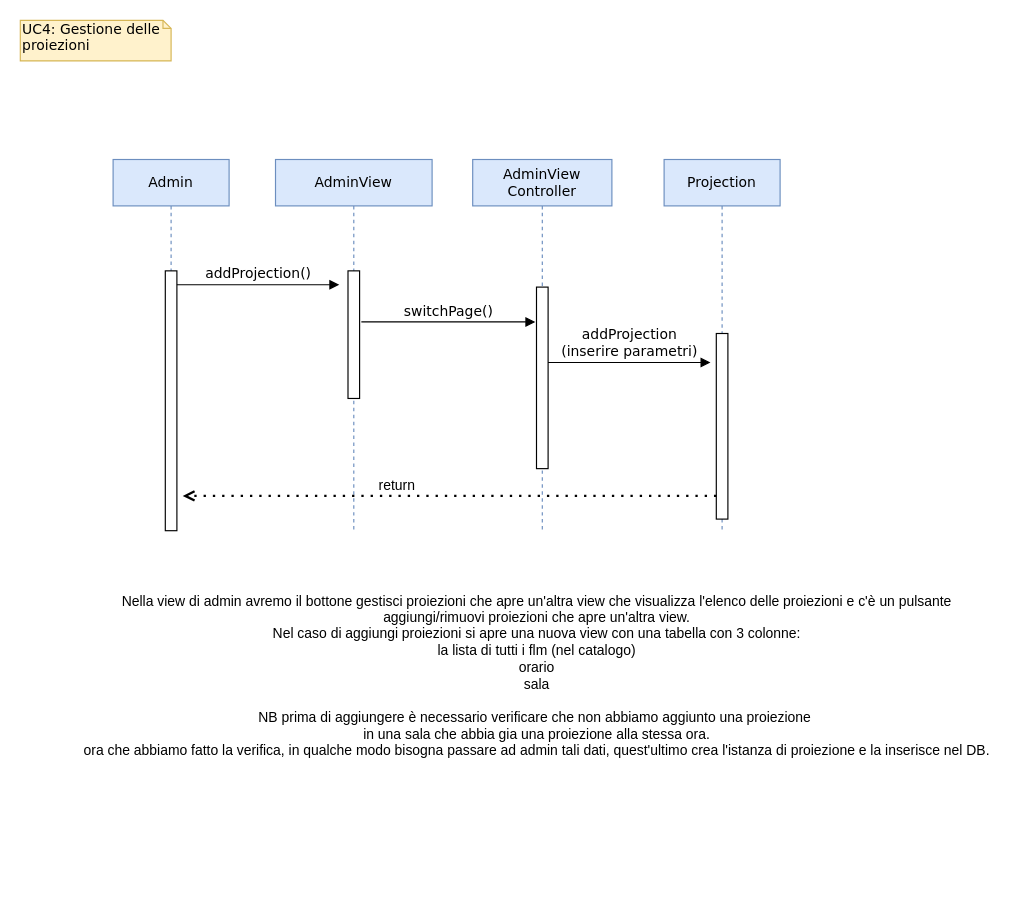
IngSW-unipv/Progetto-C24 keeps this draw.io diagram as Project Documentation/08. Diagramma di sequenza gestione proiezioni.drawio. Above is the earlier version. Source tidied: cells renumbered, new cells numbered last; positions are measured from the earlier drawing's top-left corner, leaving out a move shared by most shapes. Both pictures are drawn from the tidied source at 116%, with x=0, y=0 at pixel (20, 20).
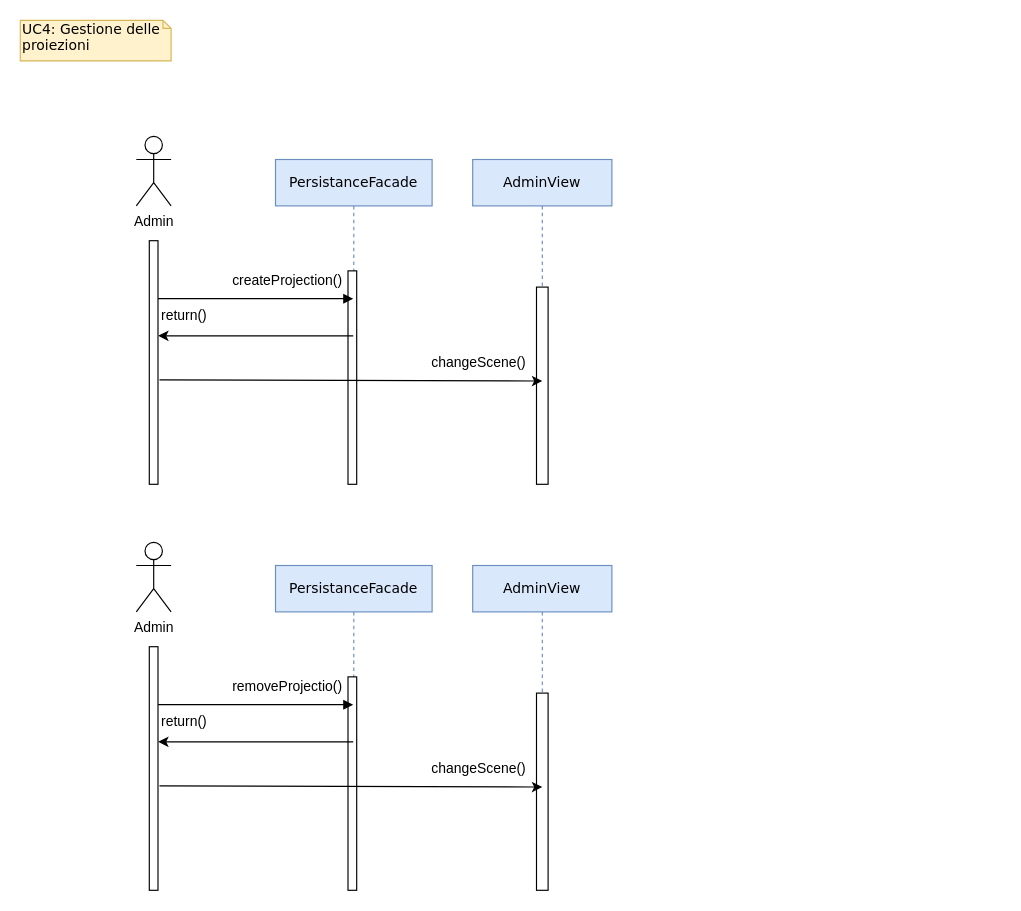
Above is the later version.

The edit, as a diff of the source:
```diff
@@
-    <mxCell id="2" value="AdminView" style="shape=umlLifeline;perimeter=lifelinePerimeter;whiteSpace=wrap;html=1;outlineConnect=0;rounded=0;shadow=0;comic=0;labelBackgroundColor=none;strokeWidth=1;fontFamily=Verdana;fontSize=12;align=center;fillColor=#dae8fc;strokeColor=#6c8ebf;" parent="1" vertex="1">
-      <mxGeometry x="220" y="120" width="135" height="320" as="geometry" />
+    <mxCell id="2" value="PersistanceFacade" style="shape=umlLifeline;perimeter=lifelinePerimeter;whiteSpace=wrap;html=1;outlineConnect=0;rounded=0;shadow=0;comic=0;labelBackgroundColor=none;strokeWidth=1;fontFamily=Verdana;fontSize=12;align=center;fillColor=#dae8fc;strokeColor=#6c8ebf;" parent="1" vertex="1">
+      <mxGeometry x="220" y="120" width="135" height="280" as="geometry" />
     </mxCell>
     <mxCell id="3" style="html=1;perimeter=orthogonalPerimeter;rounded=0;shadow=0;comic=0;labelBackgroundColor=none;strokeWidth=1;fontFamily=Verdana;fontSize=12;align=center;" parent="2" vertex="1">
-      <mxGeometry x="62.5" y="96" width="10" height="110" as="geometry" />
+      <mxGeometry x="62.5" y="96" width="7.5" height="184" as="geometry" />
     </mxCell>
-    <mxCell id="4" value="return" style="text;html=1;strokeColor=none;fillColor=none;align=center;verticalAlign=middle;whiteSpace=wrap;rounded=0;" parent="2" vertex="1">
-      <mxGeometry x="75" y="266" width="60" height="30" as="geometry" />
-    </mxCell>
-    <mxCell id="5" value="Admin" style="shape=umlLifeline;perimeter=lifelinePerimeter;whiteSpace=wrap;html=1;rounded=0;shadow=0;comic=0;labelBackgroundColor=none;strokeWidth=1;fontFamily=Verdana;fontSize=12;align=center;glass=0;fillColor=#dae8fc;strokeColor=#6c8ebf;" parent="1" vertex="1">
-      <mxGeometry x="80" y="120" width="100" height="320" as="geometry" />
-    </mxCell>
-    <mxCell id="6" style="html=1;perimeter=orthogonalPerimeter;rounded=0;shadow=0;comic=0;labelBackgroundColor=none;strokeWidth=1;fontFamily=Verdana;fontSize=12;align=center;" parent="5" vertex="1">
-      <mxGeometry x="45" y="96" width="10" height="224" as="geometry" />
-    </mxCell>
-    <mxCell id="7" value="addProjection()" style="html=1;verticalAlign=bottom;endArrow=block;entryX=0;entryY=0;labelBackgroundColor=none;fontFamily=Verdana;fontSize=12;edgeStyle=elbowEdgeStyle;elbow=vertical;" parent="1" edge="1">
-      <mxGeometry relative="1" as="geometry">
-        <mxPoint x="135" y="228" as="sourcePoint" />
-        <mxPoint x="275" y="228" as="targetPoint" />
-      </mxGeometry>
-    </mxCell>
@@
-    <mxCell id="9" value="AdminView&lt;br&gt;Controller" style="shape=umlLifeline;perimeter=lifelinePerimeter;whiteSpace=wrap;html=1;rounded=0;shadow=0;comic=0;labelBackgroundColor=none;strokeWidth=1;fontFamily=Verdana;fontSize=12;align=center;fillColor=#dae8fc;strokeColor=#6c8ebf;" parent="1" vertex="1">
-      <mxGeometry x="390" y="120" width="120" height="320" as="geometry" />
+    <mxCell id="9" value="AdminView" style="shape=umlLifeline;perimeter=lifelinePerimeter;whiteSpace=wrap;html=1;rounded=0;shadow=0;comic=0;labelBackgroundColor=none;strokeWidth=1;fontFamily=Verdana;fontSize=12;align=center;fillColor=#dae8fc;strokeColor=#6c8ebf;" parent="1" vertex="1">
+      <mxGeometry x="390" y="120" width="120" height="280" as="geometry" />
     </mxCell>
     <mxCell id="10" style="html=1;perimeter=orthogonalPerimeter;rounded=0;shadow=0;comic=0;labelBackgroundColor=none;strokeWidth=1;fontFamily=Verdana;fontSize=12;align=center;" parent="9" vertex="1">
-      <mxGeometry x="55" y="110" width="10" height="156.5" as="geometry" />
+      <mxGeometry x="55" y="110" width="10" height="170" as="geometry" />
     </mxCell>
-    <mxCell id="11" value="switchPage()" style="html=1;verticalAlign=bottom;endArrow=block;labelBackgroundColor=none;fontFamily=Verdana;fontSize=12;edgeStyle=elbowEdgeStyle;elbow=vertical;" parent="1" edge="1">
-      <mxGeometry relative="1" as="geometry">
-        <mxPoint x="294" y="260" as="sourcePoint" />
-        <mxPoint x="444" y="260" as="targetPoint" />
-      </mxGeometry>
-    </mxCell>
-    <mxCell id="12" value="Projection" style="shape=umlLifeline;perimeter=lifelinePerimeter;whiteSpace=wrap;html=1;rounded=0;shadow=0;comic=0;labelBackgroundColor=none;strokeWidth=1;fontFamily=Verdana;fontSize=12;align=center;fillColor=#dae8fc;strokeColor=#6c8ebf;" parent="1" vertex="1">
-      <mxGeometry x="555" y="120" width="100" height="320" as="geometry" />
-    </mxCell>
-    <mxCell id="13" style="html=1;perimeter=orthogonalPerimeter;rounded=0;shadow=0;comic=0;labelBackgroundColor=none;strokeWidth=1;fontFamily=Verdana;fontSize=12;align=center;" parent="12" vertex="1">
-      <mxGeometry x="45" y="150" width="10" height="160" as="geometry" />
-    </mxCell>
-    <mxCell id="14" style="endArrow=open;dashed=1;html=1;dashPattern=1 3;strokeWidth=2;rounded=0;endFill=0;" parent="12" edge="1">
-      <mxGeometry relative="1" as="geometry">
-        <mxPoint x="45" y="290" as="sourcePoint" />
-        <mxPoint x="-415" y="290" as="targetPoint" />
-      </mxGeometry>
-    </mxCell>
-    <mxCell id="15" value="addProjection&lt;br&gt;(inserire parametri)" style="html=1;verticalAlign=bottom;endArrow=block;entryX=0;entryY=0;labelBackgroundColor=none;fontFamily=Verdana;fontSize=12;edgeStyle=elbowEdgeStyle;elbow=vertical;" parent="1" edge="1">
-      <mxGeometry relative="1" as="geometry">
-        <mxPoint x="455" y="295" as="sourcePoint" />
-        <mxPoint x="595" y="295" as="targetPoint" />
-      </mxGeometry>
-    </mxCell>
-    <mxCell id="16" value="Nella view di admin avremo il bottone gestisci proiezioni che apre un'altra view che visualizza l'elenco delle proiezioni e c'è un pulsante &lt;br&gt;aggiungi/rimuovi proiezioni che apre un'altra view.&lt;br&gt;Nel caso di aggiungi proiezioni si apre una nuova view con una tabella con 3 colonne:&lt;br&gt;la lista di tutti i flm (nel catalogo)&lt;br&gt;orario&lt;br&gt;sala&lt;br&gt;&lt;br&gt;NB prima di aggiungere è necessario verificare che non abbiamo aggiunto una proiezione&amp;nbsp;&lt;br&gt;in una sala che abbia gia una proiezione alla stessa ora.&lt;br&gt;ora che abbiamo fatto la verifica, in qualche modo bisogna passare ad admin tali dati, quest'ultimo crea l'istanza di proiezione e la inserisce nel DB." style="text;html=1;align=center;verticalAlign=middle;strokeColor=none;fillColor=none;" parent="1" vertex="1">
-      <mxGeometry x="45" y="485" width="800" height="160" as="geometry" />
-    </mxCell>
+    <mxCell id="17" value="changeScene()" style="text;html=1;align=center;verticalAlign=middle;points=[];strokeColor=none;fillColor=none;" parent="9" vertex="1">
+      <mxGeometry x="-45" y="160" width="100" height="30" as="geometry" />
+    </mxCell>
+    <mxCell id="18" value="Admin" style="shape=umlActor;verticalLabelPosition=bottom;verticalAlign=top;html=1;" parent="1" vertex="1">
+      <mxGeometry x="100" y="100" width="30" height="60" as="geometry" />
+    </mxCell>
+    <mxCell id="19" style="html=1;perimeter=orthogonalPerimeter;rounded=0;shadow=0;comic=0;labelBackgroundColor=none;strokeWidth=1;fontFamily=Verdana;fontSize=12;align=center;" parent="1" vertex="1">
+      <mxGeometry x="111.2" y="190" width="7.5" height="210" as="geometry" />
+    </mxCell>
+    <mxCell id="20" style="html=1;verticalAlign=bottom;endArrow=block;labelBackgroundColor=none;fontFamily=Verdana;fontSize=12;edgeStyle=elbowEdgeStyle;elbow=vertical;" parent="1" edge="1" target="2">
+      <mxGeometry relative="1" as="geometry">
+        <mxPoint x="118.8" y="240" as="sourcePoint" />
+      </mxGeometry>
+    </mxCell>
+    <mxCell id="21" value="createProjection()" style="text;html=1;align=center;verticalAlign=middle;strokeColor=none;fillColor=none;" parent="1" vertex="1">
+      <mxGeometry x="170" y="210" width="120" height="30" as="geometry" />
+    </mxCell>
+    <mxCell id="22" style="endArrow=classic;html=1;rounded=0;" parent="1" edge="1" source="2">
+      <mxGeometry relative="1" as="geometry">
+        <mxPoint x="118.8" y="272" as="targetPoint" />
+      </mxGeometry>
+    </mxCell>
+    <mxCell id="23" value="return()" style="text;html=1;align=center;verticalAlign=middle;strokeColor=none;fillColor=none;" parent="1" vertex="1">
+      <mxGeometry x="111.2" y="240" width="60" height="30" as="geometry" />
+    </mxCell>
+    <mxCell id="24" style="endArrow=classic;html=1;rounded=0;entryX=1.05;entryY=1.033;entryDx=0;entryDy=0;entryPerimeter=0;" parent="1" edge="1" target="17">
+      <mxGeometry relative="1" as="geometry">
+        <mxPoint x="120" y="310" as="sourcePoint" />
+      </mxGeometry>
+    </mxCell>
+    <mxCell id="25" value="PersistanceFacade" style="shape=umlLifeline;perimeter=lifelinePerimeter;whiteSpace=wrap;html=1;outlineConnect=0;rounded=0;shadow=0;comic=0;labelBackgroundColor=none;strokeWidth=1;fontFamily=Verdana;fontSize=12;align=center;fillColor=#dae8fc;strokeColor=#6c8ebf;" parent="1" vertex="1">
+      <mxGeometry x="220" y="470" width="135" height="280" as="geometry" />
+    </mxCell>
+    <mxCell id="26" style="html=1;perimeter=orthogonalPerimeter;rounded=0;shadow=0;comic=0;labelBackgroundColor=none;strokeWidth=1;fontFamily=Verdana;fontSize=12;align=center;" parent="25" vertex="1">
+      <mxGeometry x="62.5" y="96" width="7.5" height="184" as="geometry" />
+    </mxCell>
+    <mxCell id="27" value="AdminView" style="shape=umlLifeline;perimeter=lifelinePerimeter;whiteSpace=wrap;html=1;rounded=0;shadow=0;comic=0;labelBackgroundColor=none;strokeWidth=1;fontFamily=Verdana;fontSize=12;align=center;fillColor=#dae8fc;strokeColor=#6c8ebf;" parent="1" vertex="1">
+      <mxGeometry x="390" y="470" width="120" height="280" as="geometry" />
+    </mxCell>
+    <mxCell id="28" style="html=1;perimeter=orthogonalPerimeter;rounded=0;shadow=0;comic=0;labelBackgroundColor=none;strokeWidth=1;fontFamily=Verdana;fontSize=12;align=center;" parent="27" vertex="1">
+      <mxGeometry x="55" y="110" width="10" height="170" as="geometry" />
+    </mxCell>
+    <mxCell id="29" value="changeScene()" style="text;html=1;align=center;verticalAlign=middle;points=[];strokeColor=none;fillColor=none;" parent="27" vertex="1">
+      <mxGeometry x="-45" y="160" width="100" height="30" as="geometry" />
+    </mxCell>
+    <mxCell id="30" value="Admin" style="shape=umlActor;verticalLabelPosition=bottom;verticalAlign=top;html=1;" parent="1" vertex="1">
+      <mxGeometry x="100" y="450" width="30" height="60" as="geometry" />
+    </mxCell>
+    <mxCell id="31" style="html=1;perimeter=orthogonalPerimeter;rounded=0;shadow=0;comic=0;labelBackgroundColor=none;strokeWidth=1;fontFamily=Verdana;fontSize=12;align=center;" parent="1" vertex="1">
+      <mxGeometry x="111.2" y="540" width="7.5" height="210" as="geometry" />
+    </mxCell>
+    <mxCell id="32" style="html=1;verticalAlign=bottom;endArrow=block;labelBackgroundColor=none;fontFamily=Verdana;fontSize=12;edgeStyle=elbowEdgeStyle;elbow=vertical;" parent="1" edge="1" target="25">
+      <mxGeometry relative="1" as="geometry">
+        <mxPoint x="118.8" y="590" as="sourcePoint" />
+      </mxGeometry>
+    </mxCell>
+    <mxCell id="33" value="removeProjectio()" style="text;html=1;align=center;verticalAlign=middle;strokeColor=none;fillColor=none;" parent="1" vertex="1">
+      <mxGeometry x="170" y="560" width="120" height="30" as="geometry" />
+    </mxCell>
+    <mxCell id="34" style="endArrow=classic;html=1;rounded=0;" parent="1" edge="1" source="25">
+      <mxGeometry relative="1" as="geometry">
+        <mxPoint x="118.8" y="622" as="targetPoint" />
+      </mxGeometry>
+    </mxCell>
+    <mxCell id="35" value="return()" style="text;html=1;align=center;verticalAlign=middle;strokeColor=none;fillColor=none;" parent="1" vertex="1">
+      <mxGeometry x="111.2" y="590" width="60" height="30" as="geometry" />
+    </mxCell>
+    <mxCell id="36" style="endArrow=classic;html=1;rounded=0;entryX=1.05;entryY=1.033;entryDx=0;entryDy=0;entryPerimeter=0;" parent="1" edge="1" target="29">
+      <mxGeometry relative="1" as="geometry">
+        <mxPoint x="120" y="660" as="sourcePoint" />
+      </mxGeometry>
+    </mxCell>
```
